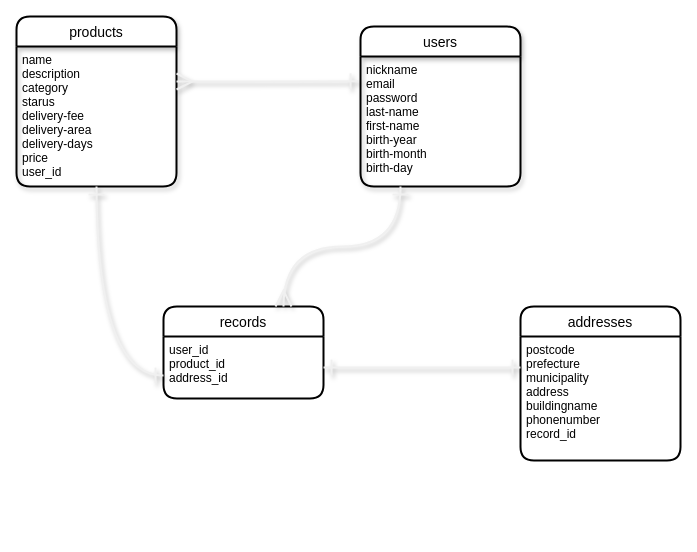
Before: er.dio in Naoya-Wizard/furima-34862, a draw.io diagram. Source tidied: cells renumbered, new cells numbered last; positions are measured from the earlier drawing's top-left corner, leaving out a move shared by most shapes. Both pictures are drawn from the tidied source at 100%, with x=0, y=0 at pixel (16, 16).
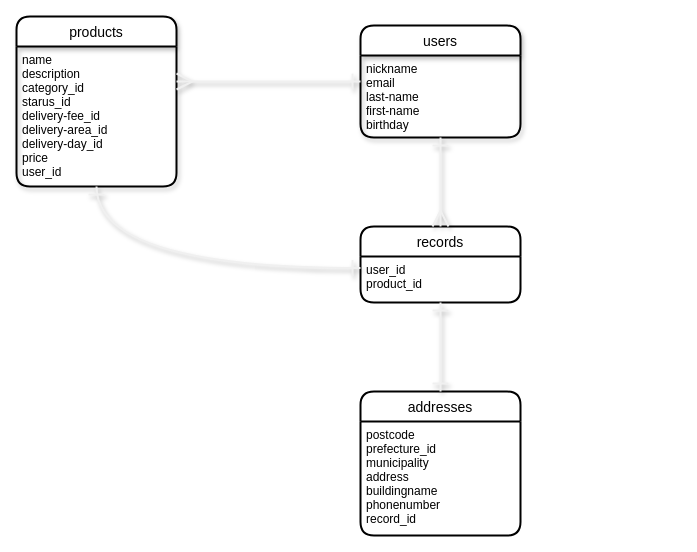
The same page after the edit.

Commit message (it also covers changes not shown here):
テーブルの洗い出し修正1

The edit, as a diff of the source:
```diff
@@
 <mxGraphModel>
   <root>
     <mxCell id="0" />
     <mxCell id="1" parent="0" />
     <mxCell id="2" value="users" style="swimlane;horizontal=1;startSize=30;rounded=1;fontSize=14;fontStyle=0;strokeWidth=2;shadow=1;dashed=0;align=center;" parent="1" vertex="1">
-      <mxGeometry x="344" y="10" width="160" height="160" as="geometry" />
+      <mxGeometry x="344" y="9" width="160" height="112" as="geometry" />
     </mxCell>
-    <mxCell id="3" value="nickname&#10;email&#10;password&#10;last-name&#10;first-name&#10;birth-year&#10;birth-month&#10;birth-day" style="align=left;strokeColor=none;fillColor=none;spacingLeft=4;fontSize=12;verticalAlign=top;" parent="2" vertex="1">
-      <mxGeometry y="30" width="160" height="130" as="geometry" />
+    <mxCell id="3" value="nickname&#10;email&#10;last-name&#10;first-name&#10;birthday" style="align=left;strokeColor=none;fillColor=none;spacingLeft=4;fontSize=12;verticalAlign=top;" parent="2" vertex="1">
+      <mxGeometry y="30" width="160" height="82" as="geometry" />
     </mxCell>
     <mxCell id="4" value="products" style="swimlane;horizontal=1;startSize=30;rounded=1;fontSize=14;fontStyle=0;strokeWidth=2;shadow=1;dashed=0;align=center;" parent="1" vertex="1">
       <mxGeometry width="160" height="170" as="geometry" />
     </mxCell>
-    <mxCell id="5" value="name&#10;description&#10;category&#10;starus&#10;delivery-fee&#10;delivery-area&#10;delivery-days&#10;price&#10;user_id" style="align=left;strokeColor=none;fillColor=none;spacingLeft=4;fontSize=12;verticalAlign=top;" parent="4" vertex="1">
+    <mxCell id="5" value="name&#10;description&#10;category_id&#10;starus_id&#10;delivery-fee_id&#10;delivery-area_id&#10;delivery-day_id&#10;price&#10;user_id" style="align=left;strokeColor=none;fillColor=none;spacingLeft=4;fontSize=12;verticalAlign=top;" parent="4" vertex="1">
       <mxGeometry y="30" width="160" height="140" as="geometry" />
     </mxCell>
     <mxCell id="6" value="addresses" style="swimlane;horizontal=1;startSize=30;rounded=1;fontSize=14;fontStyle=0;strokeWidth=2;shadow=0;dashed=0;align=center;" parent="1" vertex="1">
-      <mxGeometry x="504" y="290" width="160" height="154" as="geometry" />
+      <mxGeometry x="344" y="375" width="160" height="144" as="geometry" />
     </mxCell>
-    <mxCell id="7" value="postcode&#10;prefecture&#10;municipality&#10;address&#10;buildingname&#10;phonenumber&#10;record_id" style="align=left;strokeColor=none;fillColor=none;spacingLeft=4;fontSize=12;verticalAlign=top;" parent="6" vertex="1">
-      <mxGeometry y="30" width="160" height="124" as="geometry" />
+    <mxCell id="7" value="postcode&#10;prefecture_id&#10;municipality&#10;address&#10;buildingname&#10;phonenumber&#10;record_id" style="align=left;strokeColor=none;fillColor=none;spacingLeft=4;fontSize=12;verticalAlign=top;" parent="6" vertex="1">
+      <mxGeometry y="30" width="160" height="114" as="geometry" />
     </mxCell>
     <mxCell id="8" value="records" style="swimlane;horizontal=1;startSize=30;rounded=1;fontSize=14;fontStyle=0;strokeWidth=2;shadow=0;dashed=0;align=center;" parent="1" vertex="1">
-      <mxGeometry x="147" y="290" width="160" height="92" as="geometry" />
+      <mxGeometry x="344" y="210" width="160" height="76" as="geometry" />
     </mxCell>
-    <mxCell id="9" value="user_id&#10;product_id&#10;address_id" style="align=left;strokeColor=none;fillColor=none;spacingLeft=4;fontSize=12;verticalAlign=top;" parent="8" vertex="1">
-      <mxGeometry y="30" width="160" height="62" as="geometry" />
+    <mxCell id="9" value="user_id&#10;product_id" style="align=left;strokeColor=none;fillColor=none;spacingLeft=4;fontSize=12;verticalAlign=top;" parent="8" vertex="1">
+      <mxGeometry y="30" width="160" height="46" as="geometry" />
     </mxCell>
-    <mxCell id="10" style="edgeStyle=orthogonalEdgeStyle;curved=1;rounded=0;jettySize=auto;html=1;exitX=1;exitY=0.25;exitDx=0;exitDy=0;entryX=-0.012;entryY=0.191;entryDx=0;entryDy=0;entryPerimeter=0;shadow=1;startArrow=ERmany;startFill=0;startSize=13;endArrow=ERone;endFill=0;endSize=13;targetPerimeterSpacing=0;strokeColor=#f0f0f0;strokeWidth=2;" parent="1" edge="1" source="5" target="3">
-      <mxGeometry relative="1" as="geometry" />
-    </mxCell>
-    <mxCell id="11" style="edgeStyle=orthogonalEdgeStyle;curved=1;rounded=0;jettySize=auto;html=1;exitX=0.5;exitY=1;exitDx=0;exitDy=0;entryX=0;entryY=0.75;entryDx=0;entryDy=0;shadow=1;startArrow=ERone;startFill=0;startSize=13;endArrow=ERone;endFill=0;endSize=13;targetPerimeterSpacing=0;strokeColor=#f0f0f0;strokeWidth=2;" parent="1" edge="1" source="5" target="8">
-      <mxGeometry relative="1" as="geometry" />
-    </mxCell>
-    <mxCell id="12" style="edgeStyle=orthogonalEdgeStyle;curved=1;rounded=0;jettySize=auto;html=1;exitX=0;exitY=0.25;exitDx=0;exitDy=0;entryX=1;entryY=0.5;entryDx=0;entryDy=0;shadow=1;startArrow=ERone;startFill=0;startSize=13;endArrow=ERone;endFill=0;endSize=13;targetPerimeterSpacing=0;strokeColor=#f0f0f0;strokeWidth=2;" parent="1" edge="1" source="7" target="9">
-      <mxGeometry relative="1" as="geometry" />
-    </mxCell>
+    <mxCell id="14" style="edgeStyle=orthogonalEdgeStyle;curved=1;rounded=0;jettySize=auto;html=1;exitX=1;exitY=0.25;exitDx=0;exitDy=0;entryX=0;entryY=0.5;entryDx=0;entryDy=0;shadow=1;startArrow=ERmany;startFill=0;startSize=13;endArrow=ERone;endFill=0;endSize=13;targetPerimeterSpacing=0;strokeColor=#f0f0f0;strokeWidth=2;" parent="1" edge="1" source="5" target="2">
+      <mxGeometry relative="1" as="geometry" />
+    </mxCell>
-    <mxCell id="13" style="edgeStyle=orthogonalEdgeStyle;curved=1;rounded=0;jettySize=auto;html=1;exitX=0.25;exitY=1;exitDx=0;exitDy=0;entryX=0.75;entryY=0;entryDx=0;entryDy=0;shadow=1;startArrow=ERone;startFill=0;startSize=13;endArrow=ERmany;endFill=0;endSize=13;targetPerimeterSpacing=0;strokeColor=#f0f0f0;strokeWidth=2;" parent="1" edge="1" source="3" target="8">
+    <mxCell id="13" style="edgeStyle=orthogonalEdgeStyle;curved=1;rounded=0;jettySize=auto;html=1;exitX=0.5;exitY=1;exitDx=0;exitDy=0;entryX=0.5;entryY=0;entryDx=0;entryDy=0;shadow=1;startArrow=ERone;startFill=0;startSize=13;endArrow=ERmany;endFill=0;endSize=13;targetPerimeterSpacing=0;strokeColor=#f0f0f0;strokeWidth=2;" parent="1" edge="1" source="3" target="8">
       <mxGeometry relative="1" as="geometry" />
     </mxCell>
+    <mxCell id="15" style="edgeStyle=orthogonalEdgeStyle;curved=1;rounded=0;jettySize=auto;html=1;exitX=0.5;exitY=1;exitDx=0;exitDy=0;entryX=0.5;entryY=0;entryDx=0;entryDy=0;shadow=1;startArrow=ERone;startFill=0;startSize=13;endArrow=ERone;endFill=0;endSize=13;targetPerimeterSpacing=0;strokeColor=#f0f0f0;strokeWidth=2;" parent="1" edge="1" source="9" target="6">
+      <mxGeometry relative="1" as="geometry" />
+    </mxCell>
+    <mxCell id="16" style="edgeStyle=orthogonalEdgeStyle;curved=1;rounded=0;jettySize=auto;html=1;exitX=0.5;exitY=1;exitDx=0;exitDy=0;entryX=0;entryY=0.25;entryDx=0;entryDy=0;shadow=1;startArrow=ERone;startFill=0;startSize=13;endArrow=ERone;endFill=0;endSize=13;targetPerimeterSpacing=0;strokeColor=#f0f0f0;strokeWidth=2;" parent="1" edge="1" source="5" target="9">
+      <mxGeometry relative="1" as="geometry">
+        <Array as="points">
+          <mxPoint x="80" y="252" />
+        </Array>
+      </mxGeometry>
+    </mxCell>
   </root>
 </mxGraphModel>
```
